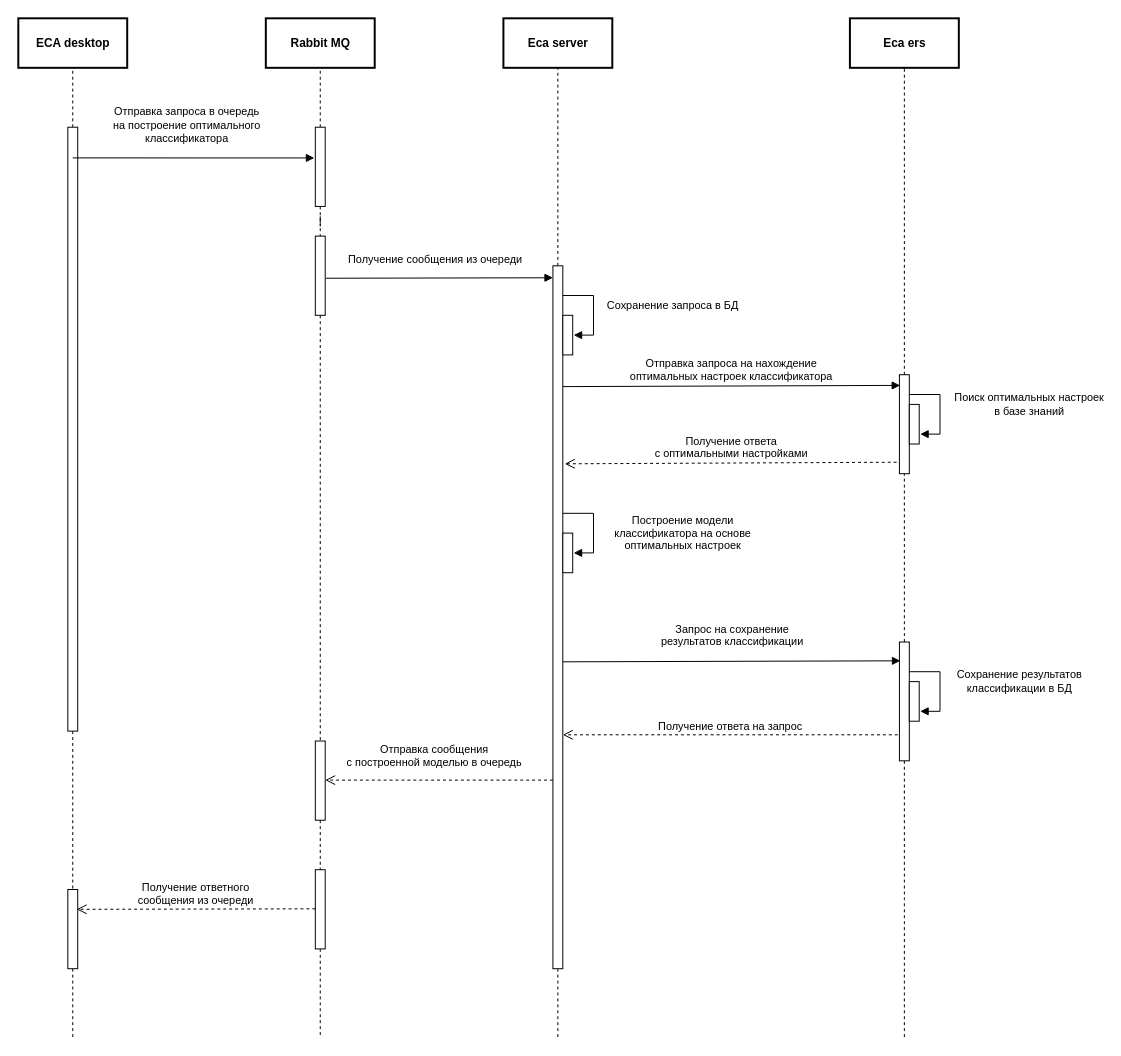
Before: doc/schemas/Evaluation optimizer request sequence.drawio in Stonnos/eca-service, a draw.io diagram. Source tidied: cells renumbered, new cells numbered last; positions are measured from the earlier drawing's top-left corner, leaving out a move shared by most shapes. Both pictures are drawn from the tidied source at 99%, with x=0, y=0 at pixel (18, 18).
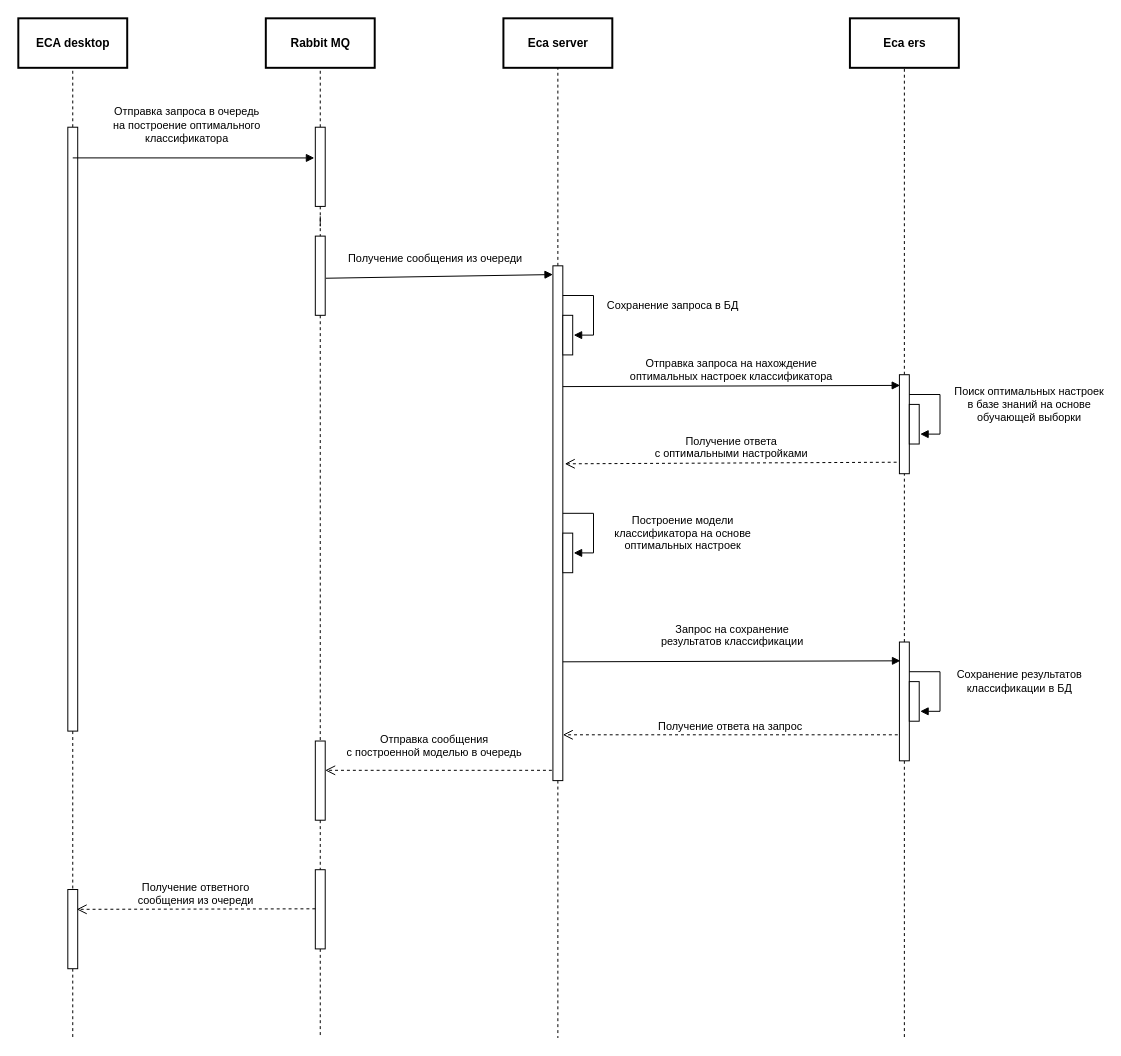
The same page after the edit.

The change refers to these unchanged cells:
```xml
<mxCell id="28" style="html=1;points=[];perimeter=orthogonalPerimeter;" parent="1" vertex="1">
  <mxGeometry x="300" y="730" width="10" height="80" as="geometry" />
</mxCell>
```

Change to the diagram source:
```diff
@@
     <mxCell id="14" style="html=1;points=[];perimeter=orthogonalPerimeter;" parent="1" vertex="1">
-      <mxGeometry x="540" y="250" width="10" height="710" as="geometry" />
+      <mxGeometry x="540" y="250" width="10" height="520" as="geometry" />
     </mxCell>
@@
-    <mxCell id="30" value="&lt;font style=&quot;font-size: 11px&quot;&gt;Отправка сообщения&lt;br&gt;с построенной моделью в очередь&lt;/font&gt;" style="html=1;verticalAlign=bottom;endArrow=open;dashed=1;endSize=8;strokeColor=#000000;" parent="1" edge="1" target="28">
-      <mxGeometry x="0.04" y="-9" relative="1" as="geometry">
-        <mxPoint x="540" y="769.5" as="sourcePoint" />
-      </mxGeometry>
+    <mxCell id="30" value="&lt;font style=&quot;font-size: 11px&quot;&gt;Отправка сообщения&lt;br&gt;с построенной моделью в очередь&lt;/font&gt;" style="html=1;verticalAlign=bottom;endArrow=open;dashed=1;endSize=8;strokeColor=#000000;exitX=-0.106;exitY=0.98;exitDx=0;exitDy=0;exitPerimeter=0;" parent="1" edge="1" source="14" target="28">
+      <mxGeometry x="0.04" y="-9" relative="1" as="geometry" />
     </mxCell>
@@
-    <mxCell id="43" value="Поиск оптимальных настроек&lt;br&gt;в базе знаний" style="edgeStyle=orthogonalEdgeStyle;html=1;align=center;spacingLeft=2;endArrow=block;rounded=0;strokeColor=#000000;" parent="1" edge="1">
+    <mxCell id="43" value="Поиск оптимальных настроек&lt;br&gt;в базе знаний на основе&lt;br&gt;обучающей выборки" style="edgeStyle=orthogonalEdgeStyle;html=1;align=center;spacingLeft=2;endArrow=block;rounded=0;strokeColor=#000000;" parent="1" edge="1">
       <mxGeometry x="-0.1" y="89" relative="1" as="geometry">
         <mxPoint x="900" y="380" as="sourcePoint" />
         <mxPoint x="911" y="420" as="targetPoint" />
         <Array as="points">
           <mxPoint x="900" y="380" />
           <mxPoint x="931" y="380" />
           <mxPoint x="931" y="420" />
         </Array>
       </mxGeometry>
     </mxCell>
```
